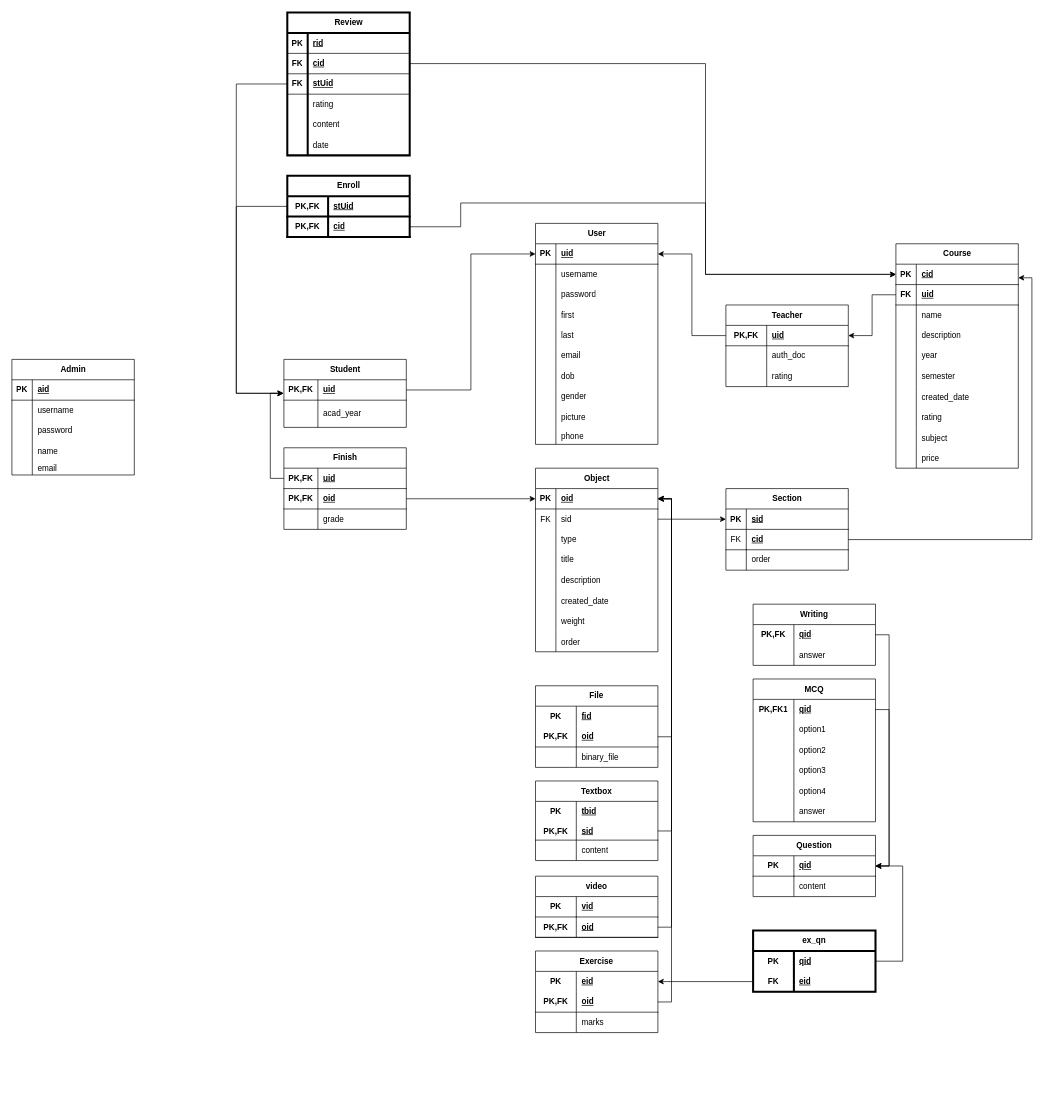
ahmedamrelhefnawy/Neon-Academy keeps this draw.io diagram as page "Schema" (2 of 2) of Design/Database Diagrams.drawio. Above is the earlier version. Source tidied: cells renumbered, new cells numbered last; positions are measured from the earlier drawing's top-left corner, leaving out a move shared by most shapes. Both pictures are drawn from the tidied source at 68%, with x=0, y=0 at pixel (12, 12).
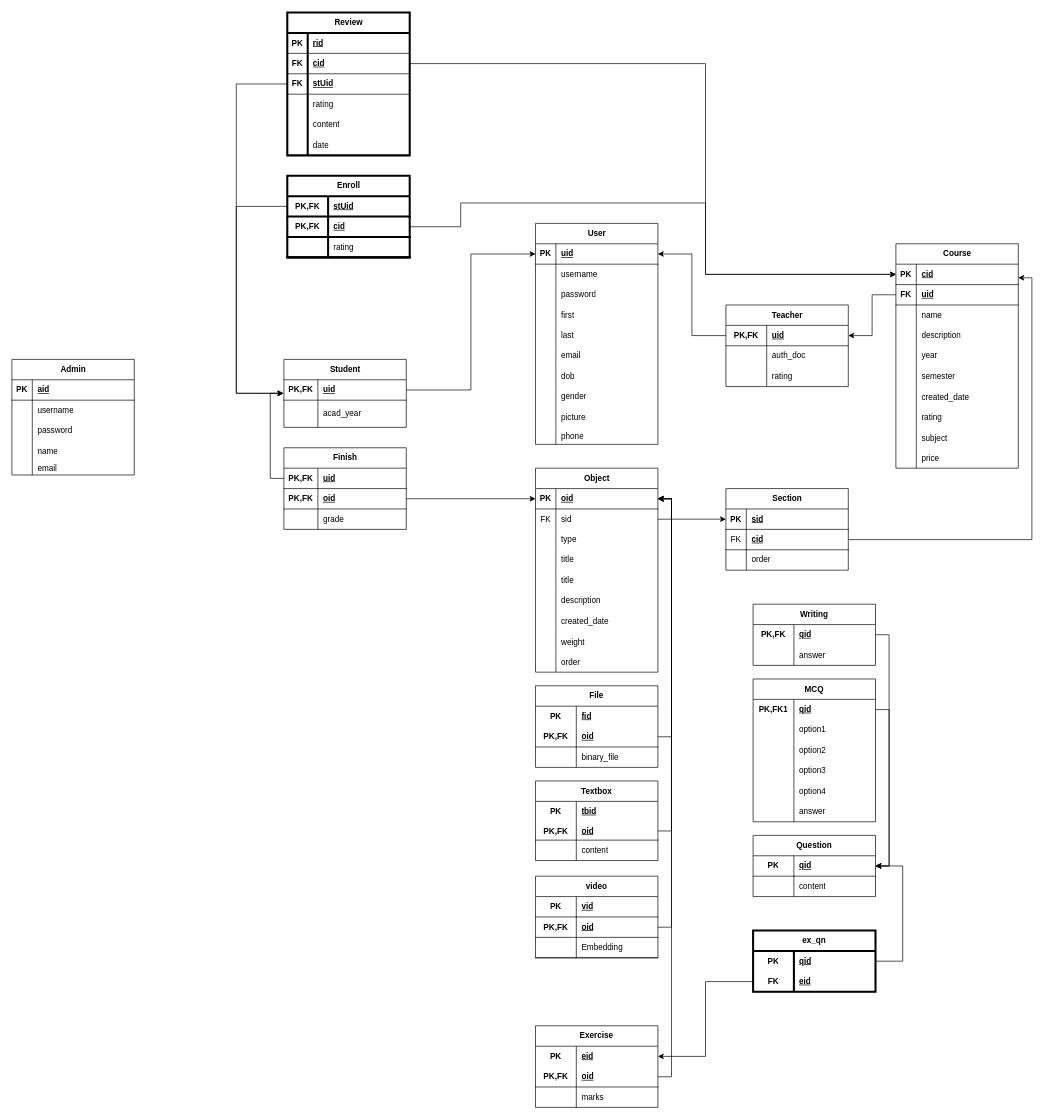
Above is the later version.

The change refers to these unchanged cells:
```xml
<mxCell id="118" style="shape=tableRow;horizontal=0;startSize=0;swimlaneHead=0;swimlaneBody=0;fillColor=none;points=[[0,0.5],[1,0.5]];portConstraint=eastwest;top=0;left=0;right=0;bottom=1;html=1;" parent="114" vertex="1">
  <mxGeometry y="60" width="180" height="27" as="geometry" />
</mxCell>
```

Diff of the diagram source:
```diff
@@
     <mxCell id="18" value="Object" style="shape=table;startSize=30;childLayout=tableLayout;rowLines=0;fontStyle=1;align=center;html=1;" parent="1" vertex="1">
-      <mxGeometry x="770" y="670" width="180" height="270" as="geometry" />
+      <mxGeometry x="770" y="670" width="180" height="300" as="geometry" />
     </mxCell>
@@
+    <mxCell id="266" style="shape=tableRow;horizontal=0;startSize=0;swimlaneHead=0;swimlaneBody=0;fillColor=none;top=0;left=0;right=0;bottom=0;" parent="18" vertex="1">
+      <mxGeometry y="120" width="180" height="30" as="geometry" />
+    </mxCell>
+    <mxCell id="267" style="shape=partialRectangle;fillColor=none;top=0;left=0;bottom=0;right=0;overflow=hidden;whiteSpace=wrap;html=1;" parent="266" vertex="1">
+      <mxGeometry width="30" height="30" as="geometry" />
+    </mxCell>
+    <mxCell id="268" value="title" style="shape=partialRectangle;fillColor=none;top=0;left=0;bottom=0;right=0;align=left;spacingLeft=6;overflow=hidden;whiteSpace=wrap;html=1;" parent="266" vertex="1">
+      <mxGeometry x="30" width="150" height="30" as="geometry" />
+    </mxCell>
     <mxCell id="28" style="shape=tableRow;horizontal=0;startSize=0;swimlaneHead=0;swimlaneBody=0;fillColor=none;top=0;left=0;right=0;bottom=0;" parent="18" vertex="1">
-      <mxGeometry y="120" width="180" height="30" as="geometry" />
+      <mxGeometry y="150" width="180" height="30" as="geometry" />
     </mxCell>
@@
     <mxCell id="31" style="shape=tableRow;horizontal=0;startSize=0;swimlaneHead=0;swimlaneBody=0;fillColor=none;top=0;left=0;right=0;bottom=0;" parent="18" vertex="1">
-      <mxGeometry y="150" width="180" height="30" as="geometry" />
+      <mxGeometry y="180" width="180" height="30" as="geometry" />
     </mxCell>
@@
     <mxCell id="34" style="shape=tableRow;horizontal=0;startSize=0;swimlaneHead=0;swimlaneBody=0;fillColor=none;top=0;left=0;right=0;bottom=0;" parent="18" vertex="1">
-      <mxGeometry y="180" width="180" height="30" as="geometry" />
+      <mxGeometry y="210" width="180" height="30" as="geometry" />
     </mxCell>
@@
     <mxCell id="37" style="shape=tableRow;horizontal=0;startSize=0;swimlaneHead=0;swimlaneBody=0;fillColor=none;top=0;left=0;right=0;bottom=0;" parent="18" vertex="1">
-      <mxGeometry y="210" width="180" height="30" as="geometry" />
+      <mxGeometry y="240" width="180" height="30" as="geometry" />
     </mxCell>
@@
     <mxCell id="40" style="shape=tableRow;horizontal=0;startSize=0;swimlaneHead=0;swimlaneBody=0;fillColor=none;top=0;left=0;right=0;bottom=0;" parent="18" vertex="1">
-      <mxGeometry y="240" width="180" height="30" as="geometry" />
+      <mxGeometry y="270" width="180" height="30" as="geometry" />
     </mxCell>
@@
-    <mxCell id="120" value="sid" style="shape=partialRectangle;fillColor=none;top=0;left=0;bottom=0;right=0;align=left;spacingLeft=6;fontStyle=5;overflow=hidden;html=1;whiteSpace=wrap;" parent="118" vertex="1">
+    <mxCell id="120" value="oid" style="shape=partialRectangle;fillColor=none;top=0;left=0;bottom=0;right=0;align=left;spacingLeft=6;fontStyle=5;overflow=hidden;html=1;whiteSpace=wrap;" parent="118" vertex="1">
       <mxGeometry x="60" width="120" height="27" as="geometry" />
     </mxCell>
@@
     <mxCell id="125" value="video" style="shape=table;startSize=30;childLayout=tableLayout;rowLines=0;fontStyle=1;align=center;html=1;whiteSpace=wrap;" parent="1" vertex="1">
-      <mxGeometry x="770" y="1270" width="180" height="90" as="geometry" />
+      <mxGeometry x="770" y="1270" width="180" height="120" as="geometry" />
     </mxCell>
@@
+    <mxCell id="269" style="shape=tableRow;horizontal=0;startSize=0;swimlaneHead=0;swimlaneBody=0;fillColor=none;top=0;left=0;right=0;bottom=1;html=1;" parent="125" vertex="1">
+      <mxGeometry y="90" width="180" height="30" as="geometry" />
+    </mxCell>
+    <mxCell id="270" style="shape=partialRectangle;fillColor=none;top=0;left=0;bottom=0;right=0;fontStyle=1;overflow=hidden;html=1;whiteSpace=wrap;" parent="269" vertex="1">
+      <mxGeometry width="60" height="30" as="geometry" />
+    </mxCell>
+    <mxCell id="271" value="&lt;span style=&quot;font-weight: normal;&quot;&gt;Embedding&lt;/span&gt;" style="shape=partialRectangle;fillColor=none;top=0;left=0;bottom=0;right=0;align=left;spacingLeft=6;fontStyle=1;overflow=hidden;html=1;whiteSpace=wrap;" parent="269" vertex="1">
+      <mxGeometry x="60" width="120" height="30" as="geometry" />
+    </mxCell>
@@
     <mxCell id="133" value="Exercise" style="shape=table;startSize=30;childLayout=tableLayout;rowLines=0;fontStyle=1;align=center;html=1;whiteSpace=wrap;" parent="1" vertex="1">
-      <mxGeometry x="770" y="1380" width="180" height="120" as="geometry" />
+      <mxGeometry x="770" y="1490" width="180" height="120" as="geometry" />
     </mxCell>
@@
     <mxCell id="242" value="Enroll" style="shape=table;startSize=30;childLayout=tableLayout;rowLines=0;fontStyle=1;align=center;html=1;strokeWidth=3;" parent="1" vertex="1">
-      <mxGeometry x="405" y="240" width="180" height="90" as="geometry" />
+      <mxGeometry x="405" y="240" width="180" height="120" as="geometry" />
     </mxCell>
@@
+    <mxCell id="272" style="shape=tableRow;horizontal=0;startSize=0;swimlaneHead=0;swimlaneBody=0;fillColor=none;top=0;left=0;right=0;bottom=1;strokeWidth=3;" parent="242" vertex="1">
+      <mxGeometry y="90" width="180" height="30" as="geometry" />
+    </mxCell>
+    <mxCell id="273" style="shape=partialRectangle;fillColor=none;top=0;left=0;bottom=0;right=0;fontStyle=1;overflow=hidden;whiteSpace=wrap;html=1;strokeWidth=3;" parent="272" vertex="1">
+      <mxGeometry width="60" height="30" as="geometry" />
+    </mxCell>
+    <mxCell id="274" value="rating" style="shape=partialRectangle;fillColor=none;top=0;left=0;bottom=0;right=0;align=left;spacingLeft=6;fontStyle=0;overflow=hidden;whiteSpace=wrap;html=1;strokeWidth=3;" parent="272" vertex="1">
+      <mxGeometry x="60" width="120" height="30" as="geometry" />
+    </mxCell>
```
